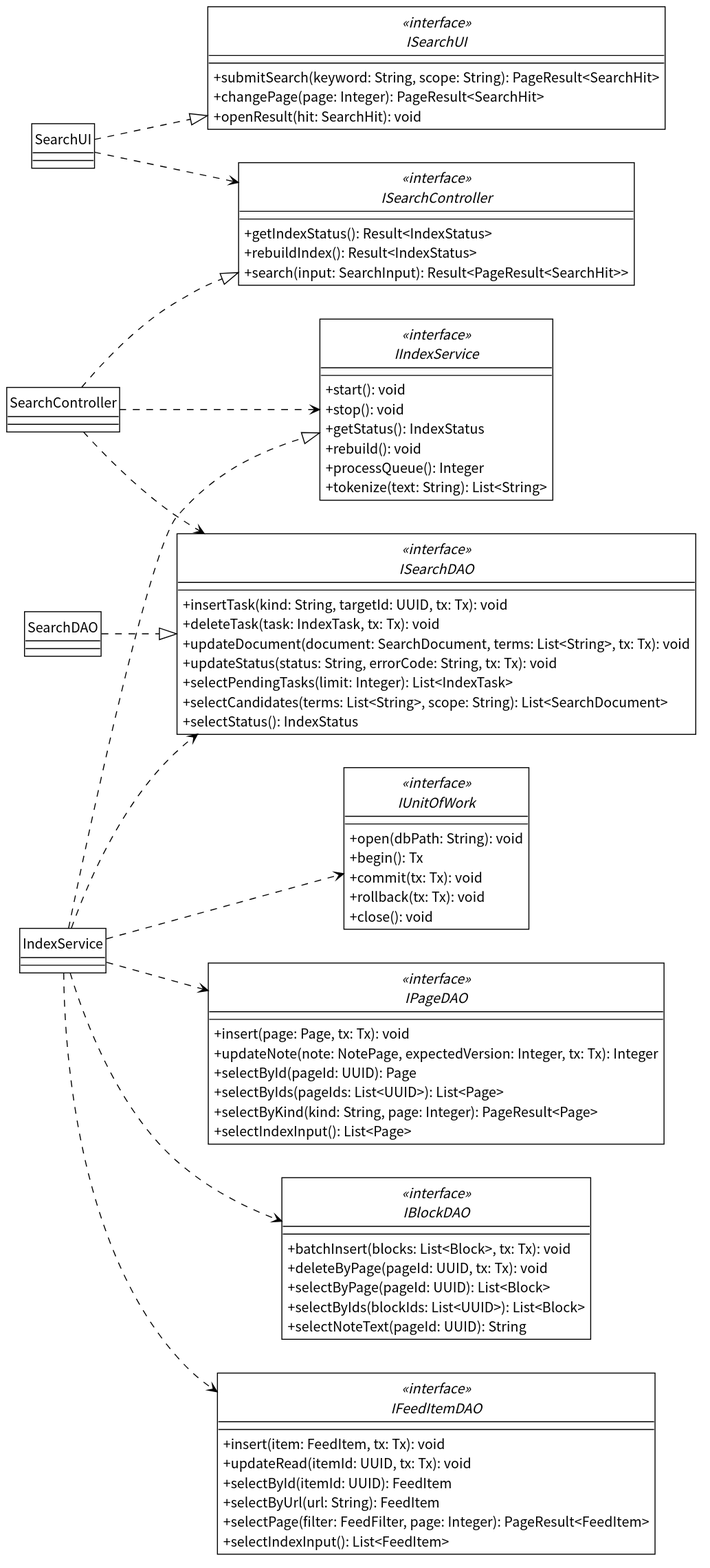
This is docs/SE_Experiment/design/figures/components-uc06.svg from AlanRosston/labloom, a PlantUML export, as it was before one commit. The source it was exported from:
```plantuml
@startuml
!include _style.iuml
left to right direction

interface ISearchUI <<interface>> {
  + submitSearch(keyword: String, scope: String): PageResult<SearchHit>
  + changePage(page: Integer): PageResult<SearchHit>
  + openResult(hit: SearchHit): void
}
interface ISearchController <<interface>> {
  + getIndexStatus(): Result<IndexStatus>
  + rebuildIndex(): Result<IndexStatus>
  + search(input: SearchInput): Result<PageResult<SearchHit>>
}
interface IIndexService <<interface>> {
  + start(): void
  + stop(): void
  + getStatus(): IndexStatus
  + rebuild(): void
  + processQueue(): Integer
  + tokenize(text: String): List<String>
}
interface ISearchDAO <<interface>> {
  + insertTask(kind: String, targetId: UUID, tx: Tx): void
  + deleteTask(task: IndexTask, tx: Tx): void
  + updateDocument(document: SearchDocument, terms: List<String>, tx: Tx): void
  + updateStatus(status: String, errorCode: String, tx: Tx): void
  + selectPendingTasks(limit: Integer): List<IndexTask>
  + selectCandidates(terms: List<String>, scope: String): List<SearchDocument>
  + selectStatus(): IndexStatus
}
interface IUnitOfWork <<interface>> {
  + open(dbPath: String): void
  + begin(): Tx
  + commit(tx: Tx): void
  + rollback(tx: Tx): void
  + close(): void
}
interface IPageDAO <<interface>> {
  + insert(page: Page, tx: Tx): void
  + updateNote(note: NotePage, expectedVersion: Integer, tx: Tx): Integer
  + selectById(pageId: UUID): Page
  + selectByIds(pageIds: List<UUID>): List<Page>
  + selectByKind(kind: String, page: Integer): PageResult<Page>
  + selectIndexInput(): List<Page>
}
interface IBlockDAO <<interface>> {
  + batchInsert(blocks: List<Block>, tx: Tx): void
  + deleteByPage(pageId: UUID, tx: Tx): void
  + selectByPage(pageId: UUID): List<Block>
  + selectByIds(blockIds: List<UUID>): List<Block>
  + selectNoteText(pageId: UUID): String
}
interface IFeedItemDAO <<interface>> {
  + insert(item: FeedItem, tx: Tx): void
  + updateRead(itemId: UUID, tx: Tx): void
  + selectById(itemId: UUID): FeedItem
  + selectByUrl(url: String): FeedItem
  + selectPage(filter: FeedFilter, page: Integer): PageResult<FeedItem>
  + selectIndexInput(): List<FeedItem>
}
class SearchUI
class SearchController
class IndexService
class SearchDAO

SearchUI ..|> ISearchUI
SearchController ..|> ISearchController
IndexService ..|> IIndexService
SearchDAO ..|> ISearchDAO

SearchUI ..> ISearchController
SearchController ..> IIndexService
SearchController ..> ISearchDAO
IndexService ..> IUnitOfWork
IndexService ..> ISearchDAO
IndexService ..> IPageDAO
IndexService ..> IBlockDAO
IndexService ..> IFeedItemDAO
@enduml
```
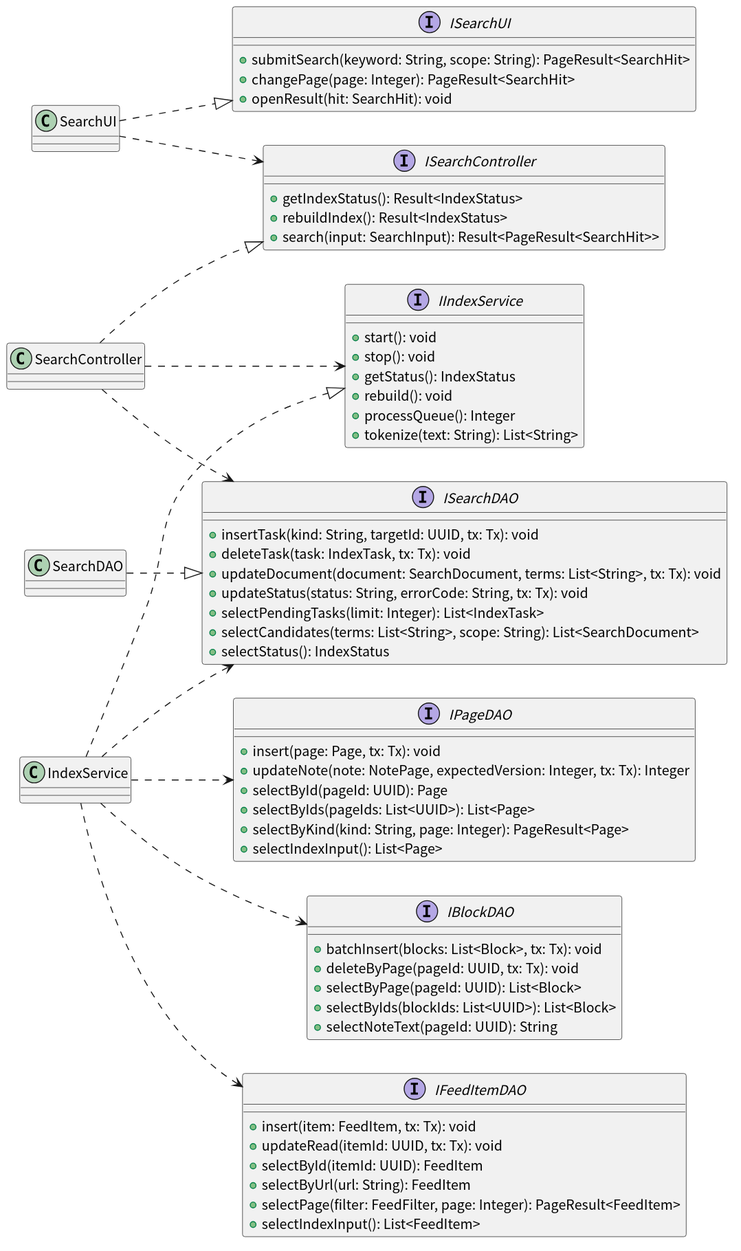
Above is the later version.

What changed in the source:
```diff
@@ -1,18 +1,18 @@
 @startuml
-!include _style.iuml
+!include _style_sample.iuml
 left to right direction
 
-interface ISearchUI <<interface>> {
+interface ISearchUI {
   + submitSearch(keyword: String, scope: String): PageResult<SearchHit>
   + changePage(page: Integer): PageResult<SearchHit>
   + openResult(hit: SearchHit): void
 }
-interface ISearchController <<interface>> {
+interface ISearchController {
   + getIndexStatus(): Result<IndexStatus>
   + rebuildIndex(): Result<IndexStatus>
   + search(input: SearchInput): Result<PageResult<SearchHit>>
 }
-interface IIndexService <<interface>> {
+interface IIndexService {
   + start(): void
   + stop(): void
   + getStatus(): IndexStatus
@@ -20,7 +20,7 @@
   + processQueue(): Integer
   + tokenize(text: String): List<String>
 }
-interface ISearchDAO <<interface>> {
+interface ISearchDAO {
   + insertTask(kind: String, targetId: UUID, tx: Tx): void
   + deleteTask(task: IndexTask, tx: Tx): void
   + updateDocument(document: SearchDocument, terms: List<String>, tx: Tx): void
@@ -29,14 +29,7 @@
   + selectCandidates(terms: List<String>, scope: String): List<SearchDocument>
   + selectStatus(): IndexStatus
 }
-interface IUnitOfWork <<interface>> {
-  + open(dbPath: String): void
-  + begin(): Tx
-  + commit(tx: Tx): void
-  + rollback(tx: Tx): void
-  + close(): void
-}
-interface IPageDAO <<interface>> {
+interface IPageDAO {
   + insert(page: Page, tx: Tx): void
   + updateNote(note: NotePage, expectedVersion: Integer, tx: Tx): Integer
   + selectById(pageId: UUID): Page
@@ -44,14 +37,14 @@
   + selectByKind(kind: String, page: Integer): PageResult<Page>
   + selectIndexInput(): List<Page>
 }
-interface IBlockDAO <<interface>> {
+interface IBlockDAO {
   + batchInsert(blocks: List<Block>, tx: Tx): void
   + deleteByPage(pageId: UUID, tx: Tx): void
   + selectByPage(pageId: UUID): List<Block>
   + selectByIds(blockIds: List<UUID>): List<Block>
   + selectNoteText(pageId: UUID): String
 }
-interface IFeedItemDAO <<interface>> {
+interface IFeedItemDAO {
   + insert(item: FeedItem, tx: Tx): void
   + updateRead(itemId: UUID, tx: Tx): void
   + selectById(itemId: UUID): FeedItem
@@ -72,7 +65,6 @@
 SearchUI ..> ISearchController
 SearchController ..> IIndexService
 SearchController ..> ISearchDAO
-IndexService ..> IUnitOfWork
 IndexService ..> ISearchDAO
 IndexService ..> IPageDAO
 IndexService ..> IBlockDAO
```
